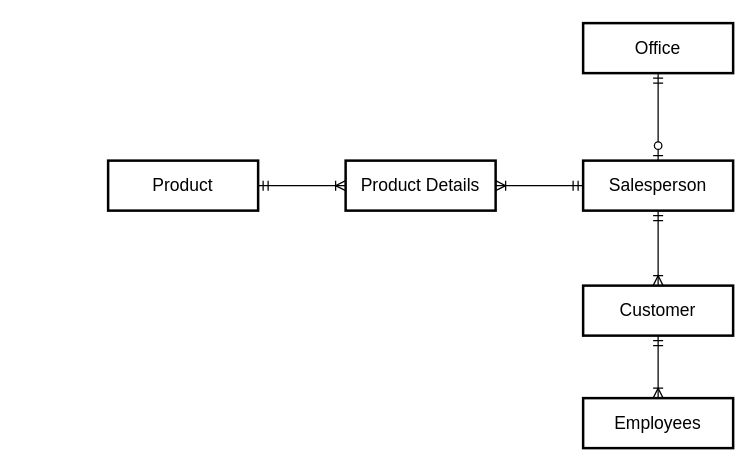
This is page "Q1" (1 of 3) of y2s1/dbms/tutorial/t8-erd.drawio from LShun/dco-1820, a draw.io file, before an edit. Source tidied: cells renumbered, new cells numbered last; positions are measured from the earlier drawing's top-left corner, leaving out a move shared by most shapes. Both pictures are drawn from the tidied source at 125%, with x=0, y=0 at pixel (108, 22).
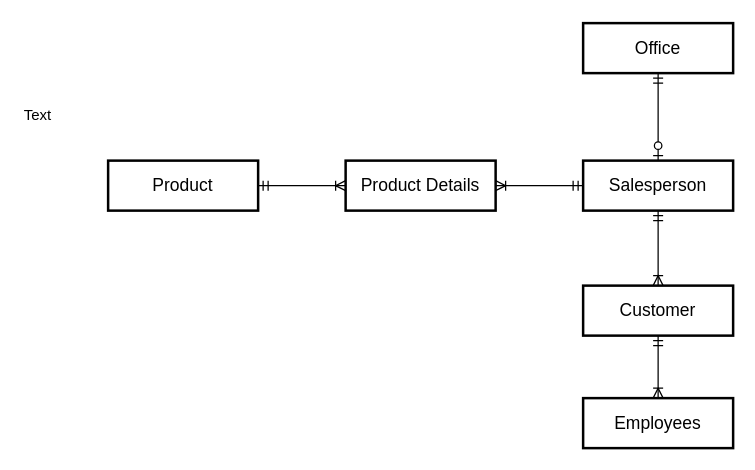
After the change.

What changed in the source:
```diff
@@
 <mxGraphModel>
   <root>
     <mxCell id="0" />
     <mxCell id="1" parent="0" />
     <mxCell id="2" style="edgeStyle=orthogonalEdgeStyle;rounded=0;jettySize=auto;html=1;exitX=1;exitY=0.5;exitDx=0;exitDy=0;entryX=0;entryY=0.5;entryDx=0;entryDy=0;startArrow=ERmandOne;startFill=0;endArrow=ERoneToMany;endFill=0;" parent="1" edge="1" source="3" target="4">
       <mxGeometry relative="1" as="geometry" />
     </mxCell>
     <mxCell id="3" value="Product" style="strokeWidth=2;whiteSpace=wrap;html=1;align=center;fontSize=14;" parent="1" vertex="1">
       <mxGeometry y="110" width="120" height="40" as="geometry" />
     </mxCell>
     <mxCell id="4" value="Product Details" style="strokeWidth=2;whiteSpace=wrap;html=1;align=center;fontSize=14;" parent="1" vertex="1">
       <mxGeometry x="190" y="110" width="120" height="40" as="geometry" />
     </mxCell>
     <mxCell id="5" style="edgeStyle=orthogonalEdgeStyle;rounded=0;jettySize=auto;html=1;entryX=1;entryY=0.5;entryDx=0;entryDy=0;startArrow=ERmandOne;startFill=0;endArrow=ERoneToMany;endFill=0;" parent="1" edge="1" source="8" target="4">
       <mxGeometry relative="1" as="geometry" />
     </mxCell>
     <mxCell id="6" style="edgeStyle=orthogonalEdgeStyle;rounded=0;jettySize=auto;html=1;entryX=0.5;entryY=1;entryDx=0;entryDy=0;startArrow=ERzeroToOne;startFill=1;endArrow=ERmandOne;endFill=0;" parent="1" edge="1" source="8" target="9">
       <mxGeometry relative="1" as="geometry" />
     </mxCell>
     <mxCell id="7" style="edgeStyle=orthogonalEdgeStyle;rounded=0;jettySize=auto;html=1;entryX=0.5;entryY=0;entryDx=0;entryDy=0;startArrow=ERmandOne;startFill=0;endArrow=ERoneToMany;endFill=0;" parent="1" edge="1" source="8" target="11">
       <mxGeometry relative="1" as="geometry" />
     </mxCell>
     <mxCell id="8" value="Salesperson" style="strokeWidth=2;whiteSpace=wrap;html=1;align=center;fontSize=14;" parent="1" vertex="1">
       <mxGeometry x="380" y="110" width="120" height="40" as="geometry" />
     </mxCell>
     <mxCell id="9" value="Office" style="strokeWidth=2;whiteSpace=wrap;html=1;align=center;fontSize=14;" parent="1" vertex="1">
       <mxGeometry x="380" width="120" height="40" as="geometry" />
     </mxCell>
     <mxCell id="10" style="edgeStyle=orthogonalEdgeStyle;rounded=0;jettySize=auto;html=1;entryX=0.5;entryY=0;entryDx=0;entryDy=0;startArrow=ERmandOne;startFill=0;endArrow=ERoneToMany;endFill=0;" parent="1" edge="1" source="11" target="12">
       <mxGeometry relative="1" as="geometry" />
     </mxCell>
     <mxCell id="11" value="Customer" style="strokeWidth=2;whiteSpace=wrap;html=1;align=center;fontSize=14;" parent="1" vertex="1">
       <mxGeometry x="380" y="210" width="120" height="40" as="geometry" />
     </mxCell>
     <mxCell id="12" value="Employees" style="strokeWidth=2;whiteSpace=wrap;html=1;align=center;fontSize=14;" parent="1" vertex="1">
       <mxGeometry x="380" y="300" width="120" height="40" as="geometry" />
     </mxCell>
+    <mxCell id="13" value="Text" style="text;html=1;align=left;verticalAlign=top;spacingTop=-4;" parent="1" vertex="1">
+      <mxGeometry x="-69" y="64" width="40" height="10" as="geometry" />
+    </mxCell>
   </root>
 </mxGraphModel>
```
